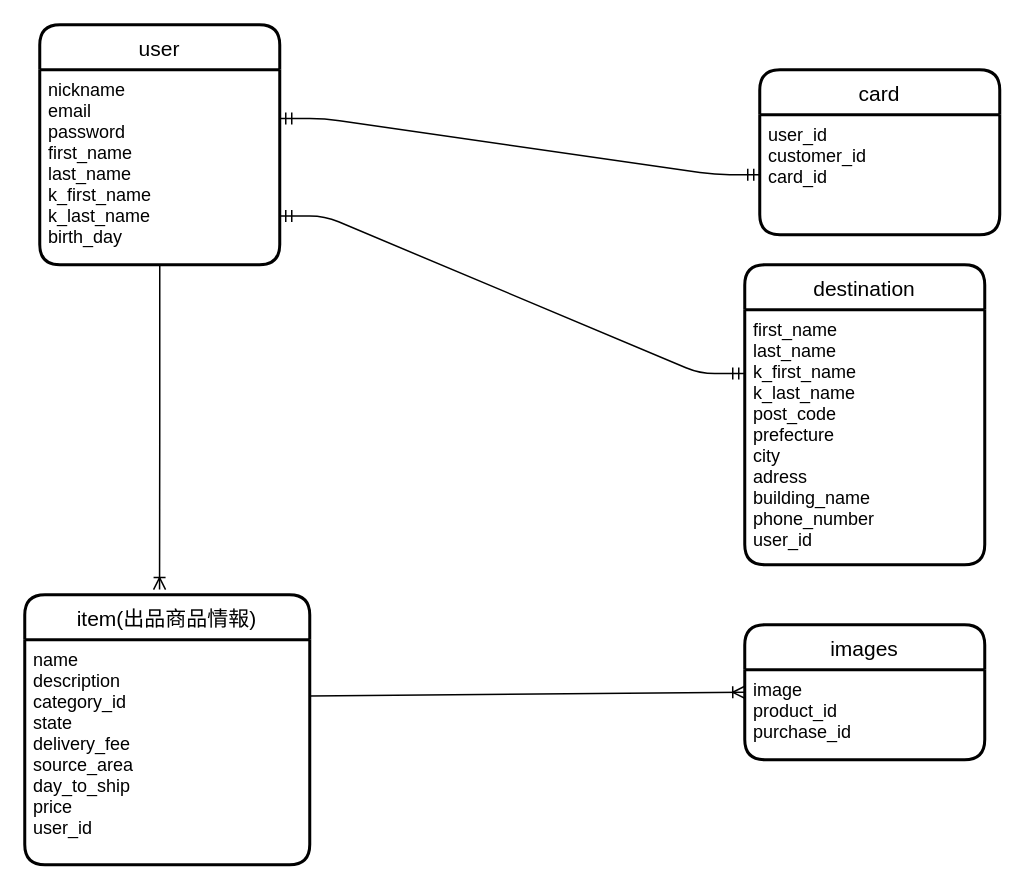
The draw.io diagram furima-33919.dio in katsu0510/furima-33919, before the edit. Source tidied: cells renumbered, new cells numbered last; positions are measured from the earlier drawing's top-left corner, leaving out a move shared by most shapes. Both pictures are drawn from the tidied source at 150%, with x=0, y=0 at pixel (24, 24).
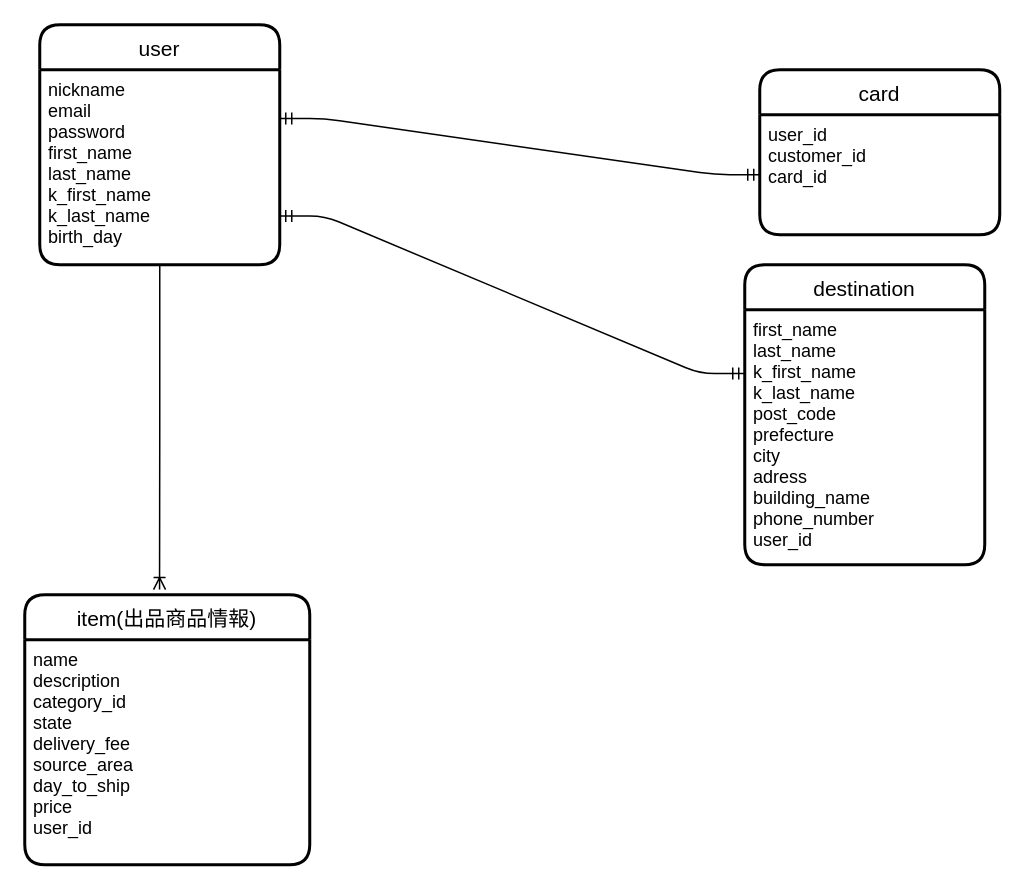
Above is the later version.

The edit, as a diff of the source:
```diff
@@
 <mxGraphModel>
   <root>
     <mxCell id="0" />
     <mxCell id="1" parent="0" />
     <mxCell id="2" value="destination" style="swimlane;horizontal=1;startSize=30;rounded=1;fontSize=14;fontStyle=0;strokeWidth=2;shadow=0;dashed=0;align=center;" parent="1" vertex="1">
       <mxGeometry x="480" y="160" width="160" height="200" as="geometry" />
     </mxCell>
     <mxCell id="3" value="first_name&#10;last_name&#10;k_first_name&#10;k_last_name&#10;post_code&#10;prefecture&#10;city&#10;adress&#10;building_name&#10;phone_number&#10;user_id" style="align=left;strokeColor=none;fillColor=none;spacingLeft=4;fontSize=12;verticalAlign=top;" parent="2" vertex="1">
       <mxGeometry y="30" width="160" height="170" as="geometry" />
     </mxCell>
     <mxCell id="4" value="user" style="swimlane;horizontal=1;startSize=30;rounded=1;fontSize=14;fontStyle=0;strokeWidth=2;shadow=0;dashed=0;align=center;" parent="1" vertex="1">
       <mxGeometry x="10" width="160" height="160" as="geometry" />
     </mxCell>
     <mxCell id="5" value="nickname&#10;email&#10;password&#10;first_name&#10;last_name&#10;k_first_name&#10;k_last_name&#10;birth_day&#10;&#10;" style="align=left;strokeColor=none;fillColor=none;spacingLeft=4;fontSize=12;verticalAlign=top;" parent="4" vertex="1">
       <mxGeometry y="30" width="160" height="130" as="geometry" />
     </mxCell>
-    <mxCell id="6" value="images" style="swimlane;horizontal=1;startSize=30;rounded=1;fontSize=14;fontStyle=0;strokeWidth=2;shadow=0;dashed=0;align=center;" parent="1" vertex="1">
-      <mxGeometry x="480" y="400" width="160" height="90" as="geometry" />
-    </mxCell>
-    <mxCell id="7" value="image&#10;product_id&#10;purchase_id" style="align=left;strokeColor=none;fillColor=none;spacingLeft=4;fontSize=12;verticalAlign=top;" parent="6" vertex="1">
-      <mxGeometry y="30" width="160" height="60" as="geometry" />
-    </mxCell>
     <mxCell id="8" value="item(出品商品情報)" style="swimlane;horizontal=1;startSize=30;rounded=1;fontSize=14;fontStyle=0;strokeWidth=2;shadow=0;dashed=0;align=center;" parent="1" vertex="1">
       <mxGeometry y="380" width="190" height="180" as="geometry" />
     </mxCell>
     <mxCell id="9" value="name&#10;description&#10;category_id&#10;state&#10;delivery_fee&#10;source_area&#10;day_to_ship&#10;price&#10;user_id&#10;&#10;" style="align=left;strokeColor=none;fillColor=none;spacingLeft=4;fontSize=12;verticalAlign=top;" parent="8" vertex="1">
       <mxGeometry y="30" width="190" height="150" as="geometry" />
     </mxCell>
     <mxCell id="10" value="card" style="swimlane;horizontal=1;startSize=30;rounded=1;fontSize=14;fontStyle=0;strokeWidth=2;shadow=0;dashed=0;align=center;" parent="1" vertex="1">
       <mxGeometry x="490" y="30" width="160" height="110" as="geometry" />
     </mxCell>
     <mxCell id="11" value="user_id&#10;customer_id&#10;card_id" style="align=left;strokeColor=none;fillColor=none;spacingLeft=4;fontSize=12;verticalAlign=top;" parent="10" vertex="1">
       <mxGeometry y="30" width="160" height="80" as="geometry" />
     </mxCell>
     <mxCell id="12" style="edgeStyle=entityRelationEdgeStyle;fontSize=12;html=1;endArrow=ERmandOne;startArrow=ERmandOne;entryX=0;entryY=0.25;entryDx=0;entryDy=0;exitX=1;exitY=0.75;exitDx=0;exitDy=0;" parent="1" edge="1" source="5" target="3">
       <mxGeometry relative="1" as="geometry" />
     </mxCell>
     <mxCell id="13" style="edgeStyle=entityRelationEdgeStyle;fontSize=12;html=1;endArrow=ERmandOne;startArrow=ERmandOne;entryX=0;entryY=0.5;entryDx=0;entryDy=0;exitX=1;exitY=0.25;exitDx=0;exitDy=0;" parent="1" edge="1" source="5" target="11">
       <mxGeometry relative="1" as="geometry" />
     </mxCell>
     <mxCell id="14" style="edgeStyle=orthogonalEdgeStyle;fontSize=12;html=1;endArrow=ERoneToMany;entryX=0.473;entryY=-0.019;entryDx=0;entryDy=0;entryPerimeter=0;exitX=0.5;exitY=1;exitDx=0;exitDy=0;" parent="1" edge="1" source="4" target="8">
       <mxGeometry relative="1" as="geometry" />
     </mxCell>
-    <mxCell id="15" style="fontSize=12;html=1;endArrow=ERoneToMany;entryX=0;entryY=0.25;entryDx=0;entryDy=0;exitX=1;exitY=0.25;exitDx=0;exitDy=0;" parent="1" edge="1" source="9" target="7">
-      <mxGeometry relative="1" as="geometry" />
-    </mxCell>
   </root>
 </mxGraphModel>
```
